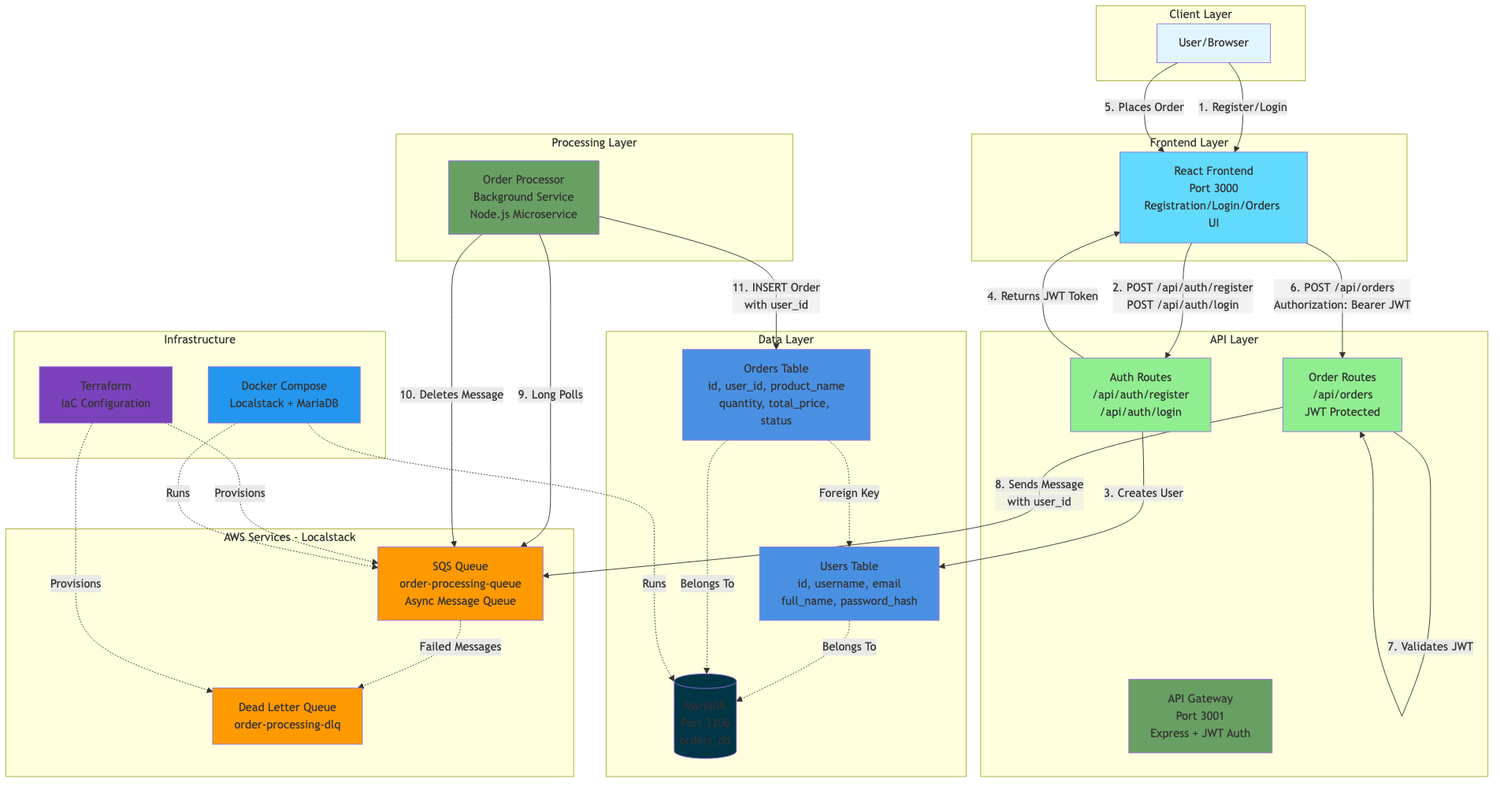
tkersh/echobase keeps this Mermaid diagram as docs/architecture.png. Above is the earlier version. Its source is kept beside it as docs/architecture.mmd.
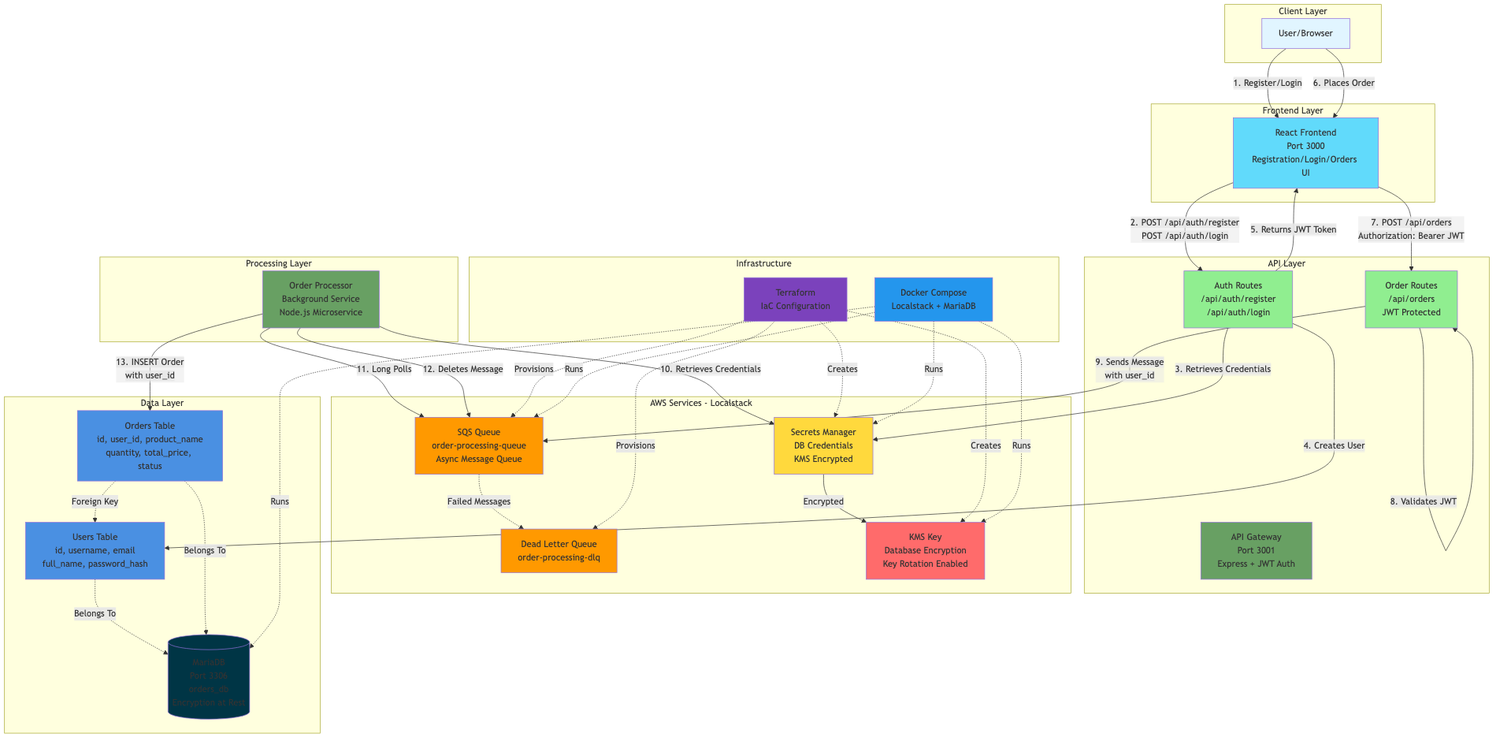
The same file after the commit.

Change to the diagram source:
```diff
@@ -16,6 +16,8 @@
     subgraph "AWS Services - Localstack"
         SQS[SQS Queue<br/>order-processing-queue<br/>Async Message Queue]
         DLQ[Dead Letter Queue<br/>order-processing-dlq]
+        KMS[KMS Key<br/>Database Encryption<br/>Key Rotation Enabled]
+        Secrets[Secrets Manager<br/>DB Credentials<br/>KMS Encrypted]
     end
 
     subgraph "Processing Layer"
@@ -23,7 +25,7 @@
     end
 
     subgraph "Data Layer"
-        MariaDB[(MariaDB<br/>Port 3306<br/>orders_db)]
+        MariaDB[(MariaDB<br/>Port 3306<br/>orders_db<br/>Encryption at Rest)]
         Users[Users Table<br/>id, username, email<br/>full_name, password_hash]
         OrdersTable[Orders Table<br/>id, user_id, product_name<br/>quantity, total_price, status]
     end
@@ -35,18 +37,21 @@
 
     User -->|1. Register/Login| React
     React -->|2. POST /api/auth/register<br/>POST /api/auth/login| Auth
-    Auth -->|3. Creates User| Users
-    Auth -->|4. Returns JWT Token| React
+    Auth -->|3. Retrieves Credentials| Secrets
+    Secrets -->|Encrypted| KMS
+    Auth -->|4. Creates User| Users
+    Auth -->|5. Returns JWT Token| React
 
-    User -->|5. Places Order| React
-    React -->|6. POST /api/orders<br/>Authorization: Bearer JWT| Orders
-    Orders -->|7. Validates JWT| Orders
-    Orders -->|8. Sends Message<br/>with user_id| SQS
+    User -->|6. Places Order| React
+    React -->|7. POST /api/orders<br/>Authorization: Bearer JWT| Orders
+    Orders -->|8. Validates JWT| Orders
+    Orders -->|9. Sends Message<br/>with user_id| SQS
 
     SQS -.->|Failed Messages| DLQ
-    Processor -->|9. Long Polls| SQS
-    Processor -->|10. Deletes Message| SQS
-    Processor -->|11. INSERT Order<br/>with user_id| OrdersTable
+    Processor -->|10. Retrieves Credentials| Secrets
+    Processor -->|11. Long Polls| SQS
+    Processor -->|12. Deletes Message| SQS
+    Processor -->|13. INSERT Order<br/>with user_id| OrdersTable
 
     OrdersTable -.->|Foreign Key| Users
     Users -.->|Belongs To| MariaDB
@@ -54,8 +59,12 @@
 
     Terraform -.->|Provisions| SQS
     Terraform -.->|Provisions| DLQ
+    Terraform -.->|Creates| KMS
+    Terraform -.->|Creates| Secrets
     Docker -.->|Runs| SQS
     Docker -.->|Runs| MariaDB
+    Docker -.->|Runs| KMS
+    Docker -.->|Runs| Secrets
 
     style User fill:#e1f5ff
     style React fill:#61dafb
@@ -64,6 +73,8 @@
     style Orders fill:#90EE90
     style SQS fill:#ff9900
     style DLQ fill:#ff9900
+    style KMS fill:#ff6b6b
+    style Secrets fill:#ffd93d
     style Processor fill:#68a063
     style MariaDB fill:#003545
     style Users fill:#4a90e2
```
